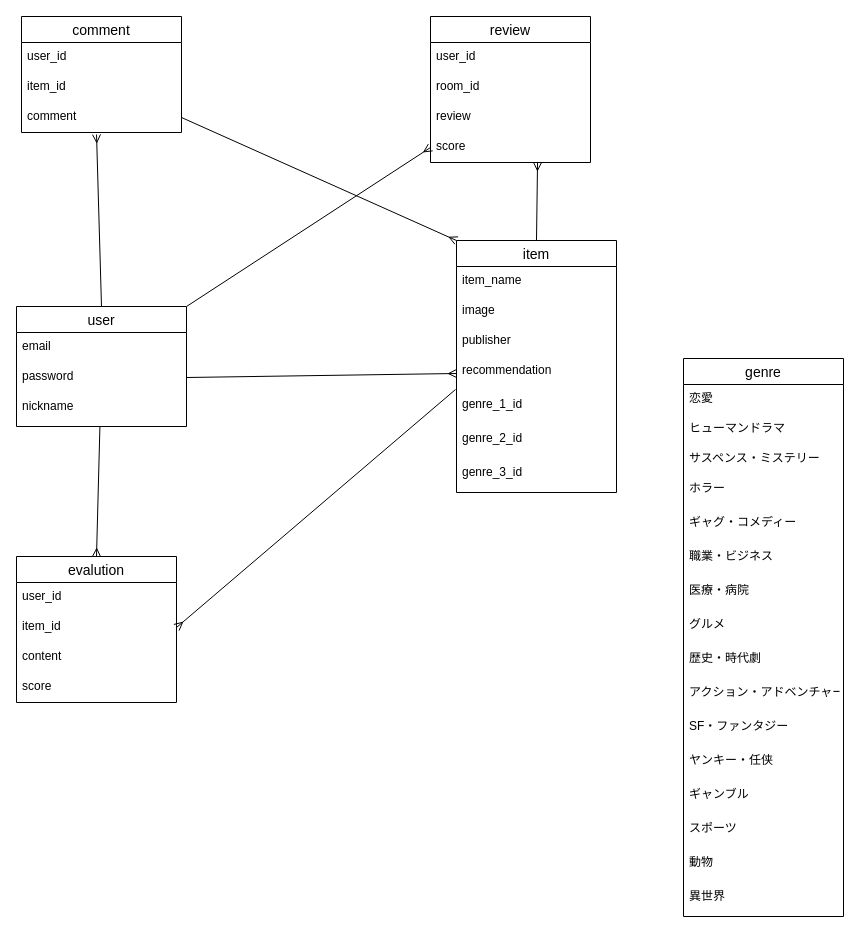
Earlier version of the draw.io diagram database.dio (oshikubo1201/comic_app). Source tidied: cells renumbered, new cells numbered last; positions are measured from the earlier drawing's top-left corner, leaving out a move shared by most shapes. Both pictures are drawn from the tidied source at 100%, with x=0, y=0 at pixel (16, 16).
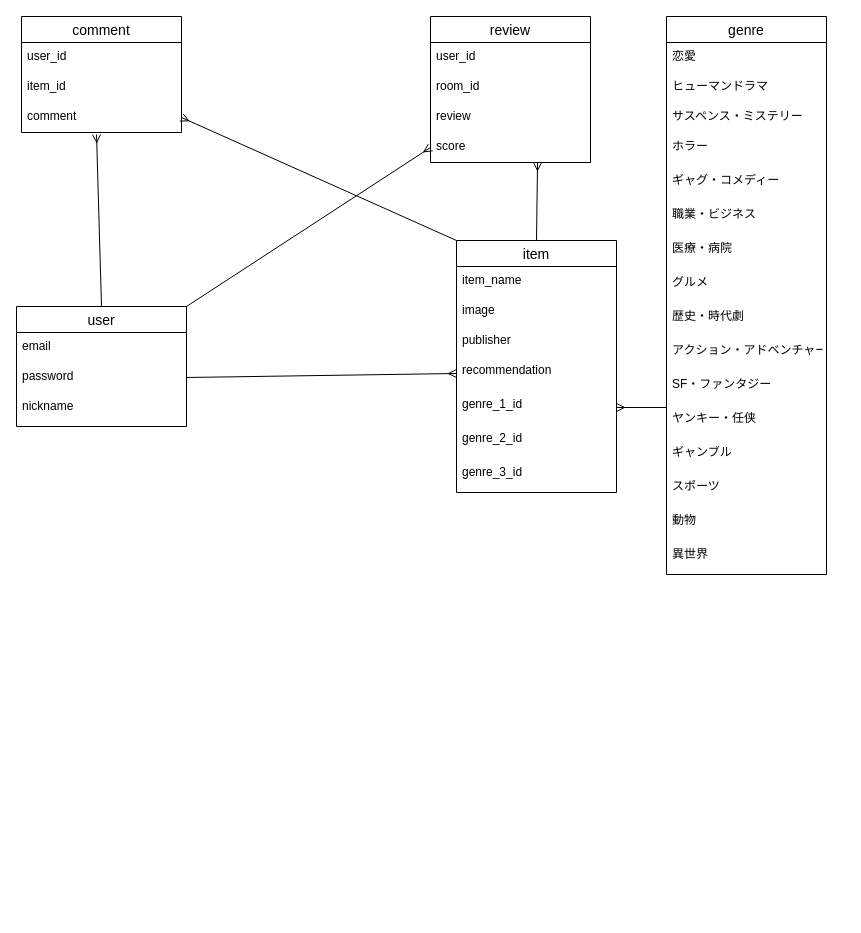
Above is the later version.

The change refers to these unchanged cells:
```xml
<mxCell id="5" value="user" style="swimlane;fontStyle=0;horizontal=1;startSize=26;align=center;fontSize=14;" parent="1" vertex="1">
  <mxGeometry y="290" width="170" height="120" as="geometry" />
</mxCell>
<mxCell id="10" value="item" style="swimlane;fontStyle=0;horizontal=1;startSize=26;align=center;fontSize=14;" parent="1" vertex="1">
  <mxGeometry x="440" y="224" width="160" height="252" as="geometry" />
</mxCell>
<mxCell id="14" value="recommendation" style="text;strokeColor=none;fillColor=none;spacingLeft=4;spacingRight=4;overflow=hidden;points=[[0,0.5],[1,0.5]];portConstraint=eastwest;fontSize=12;" parent="10" vertex="1">
  <mxGeometry y="116" width="160" height="34" as="geometry" />
</mxCell>
<mxCell id="15" value="genre_1_id" style="text;strokeColor=none;fillColor=none;spacingLeft=4;spacingRight=4;overflow=hidden;points=[[0,0.5],[1,0.5]];portConstraint=eastwest;fontSize=12;" parent="10" vertex="1">
  <mxGeometry y="150" width="160" height="34" as="geometry" />
</mxCell>
<mxCell id="37" value="ヤンキー・任侠" style="text;strokeColor=none;fillColor=none;spacingLeft=4;spacingRight=4;overflow=hidden;points=[[0,0.5],[1,0.5]];portConstraint=eastwest;fontSize=12;" parent="25" vertex="1">
  <mxGeometry y="388" width="160" height="34" as="geometry" />
</mxCell>
<mxCell id="46" value="comment" style="text;strokeColor=none;fillColor=none;spacingLeft=4;spacingRight=4;overflow=hidden;points=[[0,0.5],[1,0.5]];portConstraint=eastwest;fontSize=12;" parent="43" vertex="1">
  <mxGeometry y="86" width="160" height="30" as="geometry" />
</mxCell>
```

The edit, as a diff of the source:
```diff
@@
-    <mxCell id="2" style="edgeStyle=none;html=1;entryX=0.5;entryY=0;entryDx=0;entryDy=0;endArrow=ERmany;endFill=0;" parent="1" edge="1" source="5" target="20">
-      <mxGeometry relative="1" as="geometry" />
-    </mxCell>
@@
-    <mxCell id="20" value="evalution" style="swimlane;fontStyle=0;horizontal=1;startSize=26;align=center;fontSize=14;" parent="1" vertex="1">
-      <mxGeometry y="540" width="160" height="146" as="geometry" />
-    </mxCell>
-    <mxCell id="21" value="user_id" style="text;strokeColor=none;fillColor=none;spacingLeft=4;spacingRight=4;overflow=hidden;fontSize=12;" parent="20" vertex="1">
-      <mxGeometry y="26" width="160" height="30" as="geometry" />
-    </mxCell>
-    <mxCell id="22" value="item_id" style="text;strokeColor=none;fillColor=none;spacingLeft=4;spacingRight=4;overflow=hidden;points=[[0,0.5],[1,0.5]];portConstraint=eastwest;fontSize=12;" parent="20" vertex="1">
-      <mxGeometry y="56" width="160" height="30" as="geometry" />
-    </mxCell>
-    <mxCell id="23" value="content" style="text;strokeColor=none;fillColor=none;spacingLeft=4;spacingRight=4;overflow=hidden;fontSize=12;" parent="20" vertex="1">
-      <mxGeometry y="86" width="160" height="30" as="geometry" />
-    </mxCell>
-    <mxCell id="24" value="score" style="text;strokeColor=none;fillColor=none;spacingLeft=4;spacingRight=4;overflow=hidden;fontSize=12;" parent="20" vertex="1">
-      <mxGeometry y="116" width="160" height="30" as="geometry" />
-    </mxCell>
     <mxCell id="25" value="genre" style="swimlane;fontStyle=0;horizontal=1;startSize=26;align=center;fontSize=14;" parent="1" vertex="1">
-      <mxGeometry x="667" y="342" width="160" height="558" as="geometry" />
+      <mxGeometry x="650" width="160" height="558" as="geometry" />
     </mxCell>
@@
-    <mxCell id="42" style="edgeStyle=none;html=1;exitX=1;exitY=0.5;exitDx=0;exitDy=0;entryX=-0.006;entryY=0.971;entryDx=0;entryDy=0;entryPerimeter=0;endArrow=none;endFill=0;startArrow=ERmany;startFill=0;" parent="1" edge="1" source="22" target="14">
-      <mxGeometry relative="1" as="geometry" />
-    </mxCell>
@@
-    <mxCell id="47" style="edgeStyle=none;html=1;exitX=1;exitY=0.5;exitDx=0;exitDy=0;entryX=0;entryY=0;entryDx=0;entryDy=0;startArrow=none;startFill=0;endArrow=ERmany;endFill=0;" parent="1" edge="1" source="46" target="10">
+    <mxCell id="47" style="edgeStyle=none;html=1;exitX=1;exitY=0.5;exitDx=0;exitDy=0;entryX=0;entryY=0;entryDx=0;entryDy=0;startArrow=ERmany;startFill=0;endArrow=none;endFill=0;" parent="1" edge="1" source="46" target="10">
       <mxGeometry relative="1" as="geometry" />
     </mxCell>
@@
+    <mxCell id="53" style="edgeStyle=none;html=1;exitX=1;exitY=0.5;exitDx=0;exitDy=0;entryX=0;entryY=0.088;entryDx=0;entryDy=0;entryPerimeter=0;endArrow=none;endFill=0;startArrow=ERmany;startFill=0;" parent="1" edge="1" source="15" target="37">
+      <mxGeometry relative="1" as="geometry" />
+    </mxCell>
```
